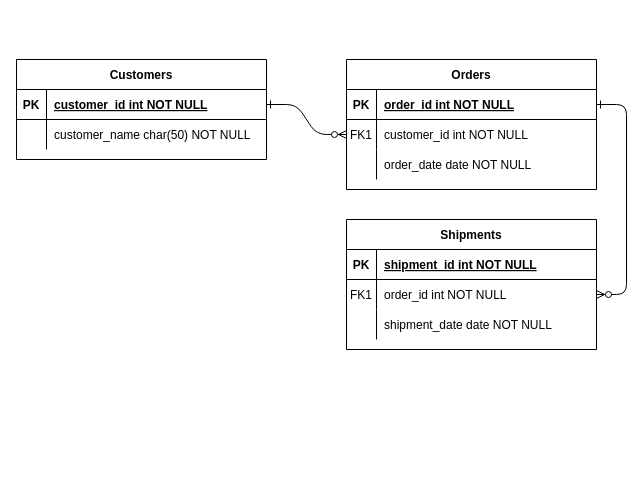
lauragirdwood/app-controle-orcamento keeps this draw.io diagram as Diagrama sem nome.drawio. Above is the earlier version. Source tidied: cells renumbered, new cells numbered last; positions are measured from the earlier drawing's top-left corner, leaving out a move shared by most shapes. Both pictures are drawn from the tidied source at 100%, with x=0, y=0 at pixel (16, 59).
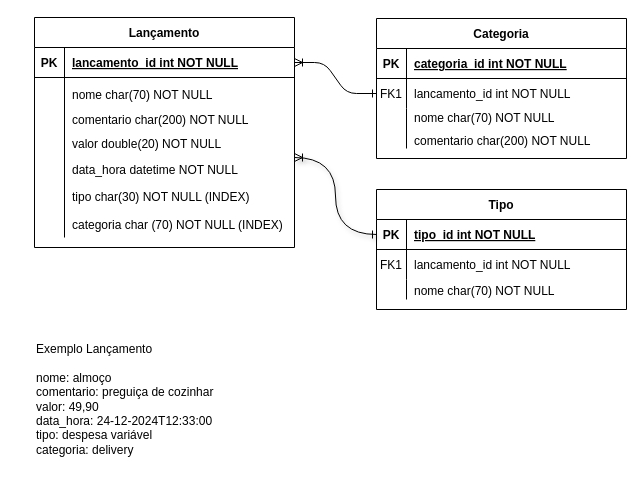
The same page after the edit.

Unchanged cells that the change refers to:
```xml
<mxCell id="5" style="shape=partialRectangle;fillColor=none;points=[[0,0.5],[1,0.5]];portConstraint=eastwest;top=0;left=0;right=0;bottom=1;" parent="4" vertex="1">
  <mxGeometry y="30" width="250" height="30" as="geometry" />
</mxCell>
<mxCell id="8" style="shape=partialRectangle;fillColor=none;points=[[0,0.5],[1,0.5]];portConstraint=eastwest;top=0;left=0;right=0;bottom=0;" parent="4" vertex="1">
  <mxGeometry y="60" width="250" height="30" as="geometry" />
</mxCell>
```

The edit, as a diff of the source:
```diff
@@
-    <mxCell id="2" style="edgeStyle=entityRelationEdgeStyle;endArrow=ERzeroToMany;startArrow=ERone;endFill=1;startFill=0;" parent="1" edge="1" source="25" target="8">
-      <mxGeometry relative="1" as="geometry" />
-    </mxCell>
-    <mxCell id="3" style="edgeStyle=entityRelationEdgeStyle;endArrow=ERzeroToMany;startArrow=ERone;endFill=1;startFill=0;" parent="1" edge="1" source="5" target="18">
-      <mxGeometry relative="1" as="geometry" />
-    </mxCell>
-    <mxCell id="4" value="Orders" style="shape=table;startSize=30;childLayout=tableLayout;rowLines=0;fontStyle=1;align=center;" parent="1" vertex="1">
-      <mxGeometry x="330" width="250" height="130" as="geometry" />
+    <mxCell id="4" value="Categoria" style="shape=table;startSize=30;childLayout=tableLayout;rowLines=0;fontStyle=1;align=center;" parent="1" vertex="1">
+      <mxGeometry x="360" y="-41" width="250" height="140" as="geometry" />
     </mxCell>
@@
-    <mxCell id="7" value="order_id int NOT NULL " style="shape=partialRectangle;overflow=hidden;fillColor=none;top=0;left=0;bottom=0;right=0;align=left;spacingLeft=6;fontStyle=5;" parent="5" vertex="1">
+    <mxCell id="7" value="categoria_id int NOT NULL " style="shape=partialRectangle;overflow=hidden;fillColor=none;top=0;left=0;bottom=0;right=0;align=left;spacingLeft=6;fontStyle=5;" parent="5" vertex="1">
       <mxGeometry x="30" width="220" height="30" as="geometry" />
     </mxCell>
@@
-    <mxCell id="10" value="customer_id int NOT NULL" style="shape=partialRectangle;overflow=hidden;fillColor=none;top=0;left=0;bottom=0;right=0;align=left;spacingLeft=6;" parent="8" vertex="1">
+    <mxCell id="10" value="lancamento_id int NOT NULL" style="shape=partialRectangle;overflow=hidden;fillColor=none;top=0;left=0;bottom=0;right=0;align=left;spacingLeft=6;" parent="8" vertex="1">
       <mxGeometry x="30" width="220" height="30" as="geometry" />
     </mxCell>
     <mxCell id="11" style="shape=partialRectangle;fillColor=none;top=0;left=0;right=0;bottom=0;" parent="4" vertex="1">
-      <mxGeometry y="90" width="250" height="30" as="geometry" />
+      <mxGeometry y="90" width="250" height="40" as="geometry" />
     </mxCell>
     <mxCell id="12" style="shape=partialRectangle;overflow=hidden;fillColor=none;top=0;left=0;bottom=0;right=0;" parent="11" vertex="1">
-      <mxGeometry width="30" height="30" as="geometry" />
+      <mxGeometry width="30" height="40" as="geometry" />
     </mxCell>
-    <mxCell id="13" value="order_date date NOT NULL" style="shape=partialRectangle;overflow=hidden;fillColor=none;top=0;left=0;bottom=0;right=0;align=left;spacingLeft=6;" parent="11" vertex="1">
-      <mxGeometry x="30" width="220" height="30" as="geometry" />
+    <mxCell id="13" style="shape=partialRectangle;overflow=hidden;fillColor=none;top=0;left=0;bottom=0;right=0;align=left;spacingLeft=6;" parent="11" vertex="1">
+      <mxGeometry x="30" width="220" height="40" as="geometry" />
     </mxCell>
-    <mxCell id="14" value="Shipments" style="shape=table;startSize=30;childLayout=tableLayout;rowLines=0;fontStyle=1;align=center;" parent="1" vertex="1">
-      <mxGeometry x="330" y="160" width="250" height="130" as="geometry" />
-    </mxCell>
-    <mxCell id="15" style="shape=partialRectangle;fillColor=none;points=[[0,0.5],[1,0.5]];portConstraint=eastwest;top=0;left=0;right=0;bottom=1;" parent="14" vertex="1">
-      <mxGeometry y="30" width="250" height="30" as="geometry" />
-    </mxCell>
-    <mxCell id="16" value="PK" style="shape=partialRectangle;overflow=hidden;fillColor=none;top=0;left=0;bottom=0;right=0;fontStyle=1;" parent="15" vertex="1">
-      <mxGeometry width="30" height="30" as="geometry" />
-    </mxCell>
-    <mxCell id="17" value="shipment_id int NOT NULL " style="shape=partialRectangle;overflow=hidden;fillColor=none;top=0;left=0;bottom=0;right=0;align=left;spacingLeft=6;fontStyle=5;" parent="15" vertex="1">
-      <mxGeometry x="30" width="220" height="30" as="geometry" />
-    </mxCell>
-    <mxCell id="18" style="shape=partialRectangle;fillColor=none;points=[[0,0.5],[1,0.5]];portConstraint=eastwest;top=0;left=0;right=0;bottom=0;" parent="14" vertex="1">
-      <mxGeometry y="60" width="250" height="30" as="geometry" />
-    </mxCell>
-    <mxCell id="19" value="FK1" style="shape=partialRectangle;overflow=hidden;fillColor=none;top=0;left=0;bottom=0;right=0;" parent="18" vertex="1">
-      <mxGeometry width="30" height="30" as="geometry" />
-    </mxCell>
-    <mxCell id="20" value="order_id int NOT NULL" style="shape=partialRectangle;overflow=hidden;fillColor=none;top=0;left=0;bottom=0;right=0;align=left;spacingLeft=6;" parent="18" vertex="1">
-      <mxGeometry x="30" width="220" height="30" as="geometry" />
-    </mxCell>
-    <mxCell id="21" style="shape=partialRectangle;fillColor=none;top=0;left=0;right=0;bottom=0;" parent="14" vertex="1">
-      <mxGeometry y="90" width="250" height="30" as="geometry" />
-    </mxCell>
-    <mxCell id="22" style="shape=partialRectangle;overflow=hidden;fillColor=none;top=0;left=0;bottom=0;right=0;" parent="21" vertex="1">
-      <mxGeometry width="30" height="30" as="geometry" />
-    </mxCell>
-    <mxCell id="23" value="shipment_date date NOT NULL" style="shape=partialRectangle;overflow=hidden;fillColor=none;top=0;left=0;bottom=0;right=0;align=left;spacingLeft=6;" parent="21" vertex="1">
-      <mxGeometry x="30" width="220" height="30" as="geometry" />
-    </mxCell>
-    <mxCell id="24" value="Customers" style="shape=table;startSize=30;childLayout=tableLayout;rowLines=0;fontStyle=1;align=center;" parent="1" vertex="1">
-      <mxGeometry width="250" height="100" as="geometry" />
+    <mxCell id="24" value="Lançamento" style="shape=table;startSize=30;childLayout=tableLayout;rowLines=0;fontStyle=1;align=center;" parent="1" vertex="1">
+      <mxGeometry x="18" y="-42" width="260" height="230" as="geometry" />
     </mxCell>
     <mxCell id="25" style="shape=partialRectangle;fillColor=none;points=[[0,0.5],[1,0.5]];portConstraint=eastwest;top=0;left=0;right=0;bottom=1;" parent="24" vertex="1">
-      <mxGeometry y="30" width="250" height="30" as="geometry" />
+      <mxGeometry y="30" width="260" height="30" as="geometry" />
     </mxCell>
@@
-    <mxCell id="27" value="customer_id int NOT NULL " style="shape=partialRectangle;overflow=hidden;fillColor=none;top=0;left=0;bottom=0;right=0;align=left;spacingLeft=6;fontStyle=5;" parent="25" vertex="1">
-      <mxGeometry x="30" width="220" height="30" as="geometry" />
+    <mxCell id="27" value="lancamento_id int NOT NULL " style="shape=partialRectangle;overflow=hidden;fillColor=none;top=0;left=0;bottom=0;right=0;align=left;spacingLeft=6;fontStyle=5;" parent="25" vertex="1">
+      <mxGeometry x="30" width="230" height="30" as="geometry" />
     </mxCell>
     <mxCell id="28" style="shape=partialRectangle;fillColor=none;points=[[0,0.5],[1,0.5]];portConstraint=eastwest;top=0;left=0;right=0;bottom=0;" parent="24" vertex="1">
-      <mxGeometry y="60" width="250" height="30" as="geometry" />
+      <mxGeometry y="60" width="260" height="160" as="geometry" />
     </mxCell>
     <mxCell id="29" style="shape=partialRectangle;overflow=hidden;fillColor=none;top=0;left=0;bottom=0;right=0;" parent="28" vertex="1">
-      <mxGeometry width="30" height="30" as="geometry" />
+      <mxGeometry width="30" height="160" as="geometry" />
     </mxCell>
-    <mxCell id="30" value="customer_name char(50) NOT NULL" style="shape=partialRectangle;overflow=hidden;fillColor=none;top=0;left=0;bottom=0;right=0;align=left;spacingLeft=6;" parent="28" vertex="1">
-      <mxGeometry x="30" width="220" height="30" as="geometry" />
+    <mxCell id="30" style="shape=partialRectangle;overflow=hidden;fillColor=none;top=0;left=0;bottom=0;right=0;align=left;spacingLeft=6;" parent="28" vertex="1">
+      <mxGeometry x="30" width="230" height="160" as="geometry" />
     </mxCell>
+    <mxCell id="31" value="comentario char(200) NOT NULL" style="shape=partialRectangle;overflow=hidden;fillColor=none;top=0;left=0;bottom=0;right=0;align=left;spacingLeft=6;" parent="1" vertex="1">
+      <mxGeometry x="48" y="50" width="220" height="19" as="geometry" />
+    </mxCell>
+    <mxCell id="32" value="nome char(70) NOT NULL" style="shape=partialRectangle;overflow=hidden;fillColor=none;top=0;left=0;bottom=0;right=0;align=left;spacingLeft=6;" parent="1" vertex="1">
+      <mxGeometry x="48" y="20" width="220" height="30" as="geometry" />
+    </mxCell>
+    <mxCell id="33" value="valor double(20) NOT NULL" style="shape=partialRectangle;overflow=hidden;fillColor=none;top=0;left=0;bottom=0;right=0;align=left;spacingLeft=6;" parent="1" vertex="1">
+      <mxGeometry x="48" y="69" width="220" height="30" as="geometry" />
+    </mxCell>
+    <mxCell id="34" value="tipo char(30) NOT NULL (INDEX)" style="shape=partialRectangle;overflow=hidden;fillColor=none;top=0;left=0;bottom=0;right=0;align=left;spacingLeft=6;" parent="1" vertex="1">
+      <mxGeometry x="48" y="122" width="220" height="30" as="geometry" />
+    </mxCell>
+    <mxCell id="35" value="categoria char (70) NOT NULL (INDEX)" style="shape=partialRectangle;overflow=hidden;fillColor=none;top=0;left=0;bottom=0;right=0;align=left;spacingLeft=6;" parent="1" vertex="1">
+      <mxGeometry x="48" y="150" width="220" height="30" as="geometry" />
+    </mxCell>
+    <mxCell id="36" value="data_hora datetime NOT NULL" style="shape=partialRectangle;overflow=hidden;fillColor=none;top=0;left=0;bottom=0;right=0;align=left;spacingLeft=6;" parent="1" vertex="1">
+      <mxGeometry x="48" y="95" width="220" height="30" as="geometry" />
+    </mxCell>
+    <mxCell id="37" value="nome char(70) NOT NULL" style="shape=partialRectangle;overflow=hidden;fillColor=none;top=0;left=0;bottom=0;right=0;align=left;spacingLeft=6;" parent="1" vertex="1">
+      <mxGeometry x="390" y="42.5" width="220" height="30" as="geometry" />
+    </mxCell>
+    <mxCell id="38" value="comentario char(200) NOT NULL" style="shape=partialRectangle;overflow=hidden;fillColor=none;top=0;left=0;bottom=0;right=0;align=left;spacingLeft=6;" parent="1" vertex="1">
+      <mxGeometry x="390" y="66" width="220" height="30" as="geometry" />
+    </mxCell>
+    <mxCell id="2" style="edgeStyle=entityRelationEdgeStyle;endArrow=ERoneToMany;startArrow=ERone;endFill=0;startFill=0;" parent="1" edge="1" source="8" target="25">
+      <mxGeometry relative="1" as="geometry" />
+    </mxCell>
+    <mxCell id="39" value="Exemplo Lançamento&lt;br&gt;&lt;br&gt;nome: almoço&lt;br&gt;comentario: preguiça de cozinhar&lt;br&gt;valor: 49,90&lt;br&gt;data_hora: 24-12-2024T12:33:00&lt;br&gt;tipo: despesa variável&lt;br&gt;categoria: delivery" style="text;html=1;strokeColor=none;fillColor=none;align=left;verticalAlign=middle;whiteSpace=wrap;rounded=0;" parent="1" vertex="1">
+      <mxGeometry x="18" y="270" width="192" height="140" as="geometry" />
+    </mxCell>
+    <mxCell id="40" value="Tipo" style="shape=table;startSize=30;childLayout=tableLayout;rowLines=0;fontStyle=1;align=center;" parent="1" vertex="1">
+      <mxGeometry x="360" y="130" width="250" height="120" as="geometry" />
+    </mxCell>
+    <mxCell id="15" style="shape=partialRectangle;fillColor=none;points=[[0,0.5],[1,0.5]];portConstraint=eastwest;top=0;left=0;right=0;bottom=1;" parent="40" vertex="1">
+      <mxGeometry y="30" width="250" height="30" as="geometry" />
+    </mxCell>
+    <mxCell id="16" value="PK" style="shape=partialRectangle;overflow=hidden;fillColor=none;top=0;left=0;bottom=0;right=0;fontStyle=1;" parent="15" vertex="1">
+      <mxGeometry width="30" height="30" as="geometry" />
+    </mxCell>
+    <mxCell id="41" value="tipo_id int NOT NULL " style="shape=partialRectangle;overflow=hidden;fillColor=none;top=0;left=0;bottom=0;right=0;align=left;spacingLeft=6;fontStyle=5;" parent="15" vertex="1">
+      <mxGeometry x="30" width="220" height="30" as="geometry" />
+    </mxCell>
+    <mxCell id="18" style="shape=partialRectangle;fillColor=none;points=[[0,0.5],[1,0.5]];portConstraint=eastwest;top=0;left=0;right=0;bottom=0;" parent="40" vertex="1">
+      <mxGeometry y="60" width="250" height="30" as="geometry" />
+    </mxCell>
+    <mxCell id="19" value="FK1" style="shape=partialRectangle;overflow=hidden;fillColor=none;top=0;left=0;bottom=0;right=0;" parent="18" vertex="1">
+      <mxGeometry width="30" height="30" as="geometry" />
+    </mxCell>
+    <mxCell id="42" value="lancamento_id int NOT NULL" style="shape=partialRectangle;overflow=hidden;fillColor=none;top=0;left=0;bottom=0;right=0;align=left;spacingLeft=6;" parent="18" vertex="1">
+      <mxGeometry x="30" width="220" height="30" as="geometry" />
+    </mxCell>
+    <mxCell id="43" style="shape=partialRectangle;fillColor=none;top=0;left=0;right=0;bottom=0;" parent="40" vertex="1">
+      <mxGeometry y="90" width="250" height="20" as="geometry" />
+    </mxCell>
+    <mxCell id="44" style="shape=partialRectangle;overflow=hidden;fillColor=none;top=0;left=0;bottom=0;right=0;" parent="43" vertex="1">
+      <mxGeometry width="30" height="20" as="geometry" />
+    </mxCell>
+    <mxCell id="45" style="shape=partialRectangle;overflow=hidden;fillColor=none;top=0;left=0;bottom=0;right=0;align=left;spacingLeft=6;" parent="43" vertex="1">
+      <mxGeometry x="30" width="220" height="20" as="geometry" />
+    </mxCell>
+    <mxCell id="46" value="nome char(70) NOT NULL" style="shape=partialRectangle;overflow=hidden;fillColor=none;top=0;left=0;bottom=0;right=0;align=left;spacingLeft=6;" parent="1" vertex="1">
+      <mxGeometry x="390" y="216" width="220" height="30" as="geometry" />
+    </mxCell>
+    <mxCell id="47" style="edgeStyle=orthogonalEdgeStyle;rounded=0;jettySize=auto;html=1;endArrow=ERoneToMany;endFill=0;shadow=1;startArrow=ERone;startFill=0;exitX=0;exitY=0.5;exitDx=0;exitDy=0;curved=1;" parent="1" edge="1" source="15" target="28">
+      <mxGeometry relative="1" as="geometry" />
+    </mxCell>
```
